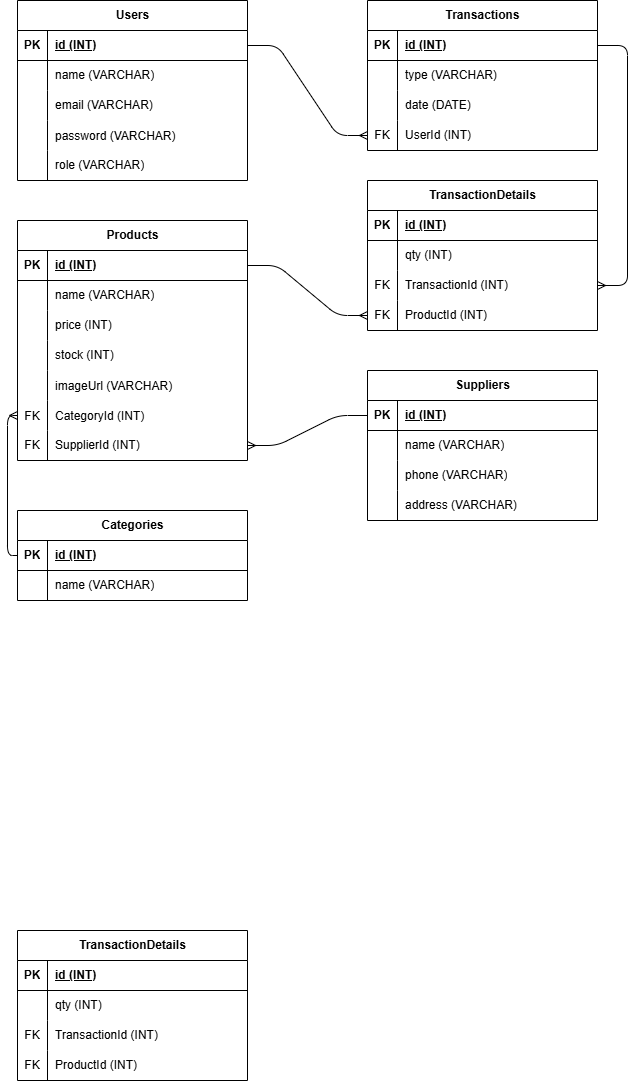
Above: erd.drawio.png in josephan-justin/StockFlow (draw.io), before the change. Source tidied: cells renumbered, new cells last; positions are measured from the earlier drawing's top-left corner, leaving out a move shared by most shapes.
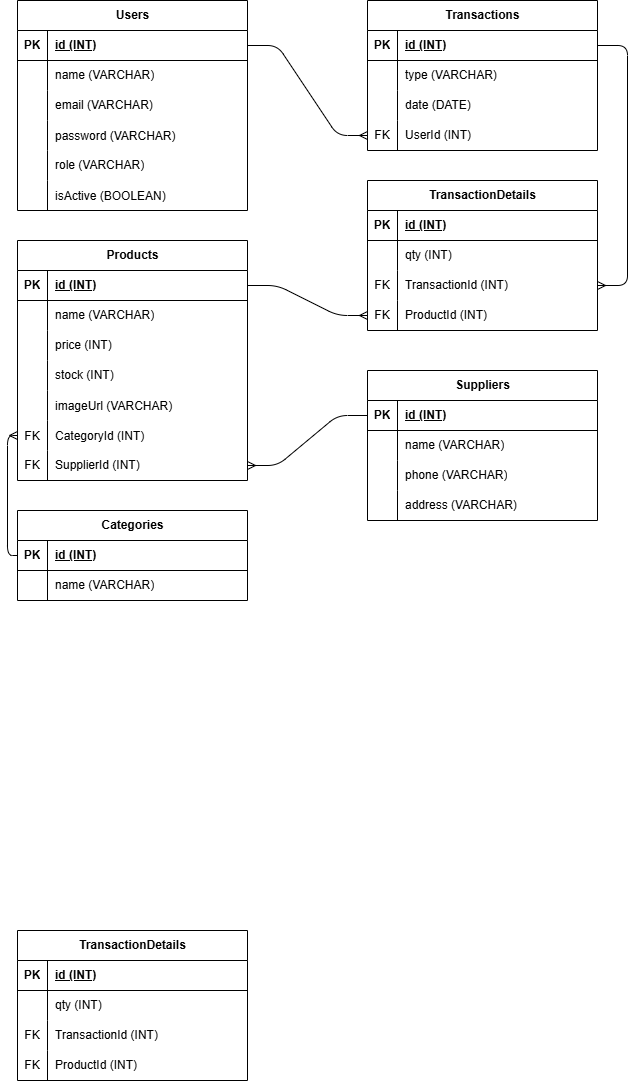
After the commit.

Diff of the diagram source:
```diff
@@ -3,7 +3,7 @@
     <mxCell id="0" />
     <mxCell id="1" parent="0" />
     <mxCell id="2" value="Users" style="shape=table;startSize=30;rowLines=0;fontStyle=1;align=center;html=1;" parent="1" vertex="1">
-      <mxGeometry width="230" height="180" as="geometry" />
+      <mxGeometry width="230" height="210" as="geometry" />
     </mxCell>
     <mxCell id="3" style="shape=tableRow;horizontal=0;startSize=0;swimlaneHead=0;swimlaneBody=0;fillColor=none;points=[[0,0.5],[1,0.5]];portConstraint=eastwest;top=0;left=0;right=0;bottom=1;" parent="2" vertex="1">
       <mxGeometry y="30" width="230" height="30" as="geometry" />
@@ -50,6 +50,15 @@
     <mxCell id="17" value="role&amp;nbsp;&lt;span style=&quot;color: rgb(0, 0, 0);&quot;&gt;(VARCHAR)&lt;/span&gt;" style="shape=partialRectangle;fillColor=none;top=0;left=0;bottom=0;right=0;align=left;spacingLeft=6;overflow=hidden;whiteSpace=wrap;html=1;" parent="15" vertex="1">
       <mxGeometry x="30" width="200" height="30" as="geometry" />
     </mxCell>
+    <mxCell id="104" style="shape=tableRow;horizontal=0;startSize=0;swimlaneHead=0;swimlaneBody=0;fillColor=none;top=0;left=0;right=0;bottom=0;" parent="2" vertex="1">
+      <mxGeometry y="180" width="230" height="30" as="geometry" />
+    </mxCell>
+    <mxCell id="105" style="shape=partialRectangle;fillColor=none;top=0;left=0;bottom=0;right=0;overflow=hidden;" parent="104" vertex="1">
+      <mxGeometry width="30" height="30" as="geometry" />
+    </mxCell>
+    <mxCell id="106" value="isActive (BOOLEAN)" style="shape=partialRectangle;fillColor=none;top=0;left=0;bottom=0;right=0;align=left;spacingLeft=6;overflow=hidden;" parent="104" vertex="1">
+      <mxGeometry x="30" width="200" height="30" as="geometry" />
+    </mxCell>
     <mxCell id="18" value="Categories" style="shape=table;startSize=30;rowLines=0;fontStyle=1;align=center;html=1;" parent="1" vertex="1">
       <mxGeometry y="510" width="230" height="90" as="geometry" />
     </mxCell>
@@ -111,7 +120,7 @@
       <mxGeometry x="30" width="200" height="30" as="geometry" />
     </mxCell>
     <mxCell id="38" value="Products" style="shape=table;startSize=30;rowLines=0;fontStyle=1;align=center;html=1;" parent="1" vertex="1">
-      <mxGeometry y="220" width="230" height="240" as="geometry" />
+      <mxGeometry y="240" width="230" height="240" as="geometry" />
     </mxCell>
     <mxCell id="39" style="shape=tableRow;horizontal=0;startSize=0;swimlaneHead=0;swimlaneBody=0;fillColor=none;points=[[0,0.5],[1,0.5]];portConstraint=eastwest;top=0;left=0;right=0;bottom=1;" parent="38" vertex="1">
       <mxGeometry y="30" width="230" height="30" as="geometry" />
```
